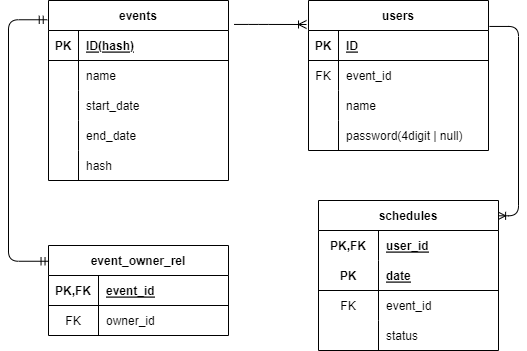
This is DB_ER_diagram.drawio.png from kuu13580/schedule-checker, a draw.io export, as it was before one commit. Source tidied: cells renumbered, new cells last; positions are measured from the earlier drawing's top-left corner, leaving out a move shared by most shapes. The source it was exported from:
```xml
<mxGraphModel>
  <root>
    <mxCell id="0" />
    <mxCell id="1" parent="0" />
    <mxCell id="2" value="events" style="shape=table;startSize=30;rowLines=0;fontStyle=1;align=center;" parent="1" vertex="1">
      <mxGeometry x="40" width="180" height="180" as="geometry" />
    </mxCell>
    <mxCell id="3" style="shape=tableRow;horizontal=0;startSize=0;swimlaneHead=0;swimlaneBody=0;fillColor=none;top=0;left=0;right=0;bottom=1;" parent="2" vertex="1">
      <mxGeometry y="30" width="180" height="30" as="geometry" />
    </mxCell>
    <mxCell id="4" value="PK" style="shape=partialRectangle;fillColor=none;top=0;left=0;bottom=0;right=0;fontStyle=1;overflow=hidden;" parent="3" vertex="1">
      <mxGeometry width="30" height="30" as="geometry" />
    </mxCell>
    <mxCell id="5" value="ID(hash)" style="shape=partialRectangle;fillColor=none;top=0;left=0;bottom=0;right=0;align=left;spacingLeft=6;fontStyle=5;overflow=hidden;" parent="3" vertex="1">
      <mxGeometry x="30" width="150" height="30" as="geometry" />
    </mxCell>
    <mxCell id="6" style="shape=tableRow;horizontal=0;startSize=0;swimlaneHead=0;swimlaneBody=0;fillColor=none;top=0;left=0;right=0;bottom=0;" parent="2" vertex="1">
      <mxGeometry y="60" width="180" height="30" as="geometry" />
    </mxCell>
    <mxCell id="7" style="shape=partialRectangle;fillColor=none;top=0;left=0;bottom=0;right=0;overflow=hidden;" parent="6" vertex="1">
      <mxGeometry width="30" height="30" as="geometry" />
    </mxCell>
    <mxCell id="8" value="name" style="shape=partialRectangle;fillColor=none;top=0;left=0;bottom=0;right=0;align=left;spacingLeft=6;overflow=hidden;" parent="6" vertex="1">
      <mxGeometry x="30" width="150" height="30" as="geometry" />
    </mxCell>
    <mxCell id="9" style="shape=tableRow;horizontal=0;startSize=0;swimlaneHead=0;swimlaneBody=0;fillColor=none;top=0;left=0;right=0;bottom=0;" parent="2" vertex="1">
      <mxGeometry y="90" width="180" height="30" as="geometry" />
    </mxCell>
    <mxCell id="10" style="shape=partialRectangle;fillColor=none;top=0;left=0;bottom=0;right=0;overflow=hidden;" parent="9" vertex="1">
      <mxGeometry width="30" height="30" as="geometry" />
    </mxCell>
    <mxCell id="11" value="start_date" style="shape=partialRectangle;fillColor=none;top=0;left=0;bottom=0;right=0;align=left;spacingLeft=6;overflow=hidden;" parent="9" vertex="1">
      <mxGeometry x="30" width="150" height="30" as="geometry" />
    </mxCell>
    <mxCell id="12" style="shape=tableRow;horizontal=0;startSize=0;swimlaneHead=0;swimlaneBody=0;fillColor=none;top=0;left=0;right=0;bottom=0;" parent="2" vertex="1">
      <mxGeometry y="120" width="180" height="30" as="geometry" />
    </mxCell>
    <mxCell id="13" style="shape=partialRectangle;fillColor=none;top=0;left=0;bottom=0;right=0;overflow=hidden;" parent="12" vertex="1">
      <mxGeometry width="30" height="30" as="geometry" />
    </mxCell>
    <mxCell id="14" value="end_date" style="shape=partialRectangle;fillColor=none;top=0;left=0;bottom=0;right=0;align=left;spacingLeft=6;overflow=hidden;" parent="12" vertex="1">
      <mxGeometry x="30" width="150" height="30" as="geometry" />
    </mxCell>
    <mxCell id="15" style="shape=tableRow;horizontal=0;startSize=0;swimlaneHead=0;swimlaneBody=0;fillColor=none;top=0;left=0;right=0;bottom=0;" parent="2" vertex="1">
      <mxGeometry y="150" width="180" height="30" as="geometry" />
    </mxCell>
    <mxCell id="16" style="shape=partialRectangle;fillColor=none;top=0;left=0;bottom=0;right=0;overflow=hidden;" parent="15" vertex="1">
      <mxGeometry width="30" height="30" as="geometry" />
    </mxCell>
    <mxCell id="17" value="hash" style="shape=partialRectangle;fillColor=none;top=0;left=0;bottom=0;right=0;align=left;spacingLeft=6;overflow=hidden;" parent="15" vertex="1">
      <mxGeometry x="30" width="150" height="30" as="geometry" />
    </mxCell>
    <mxCell id="18" style="edgeStyle=elbowEdgeStyle;fontSize=12;html=1;endArrow=ERoneToMany;exitX=1.031;exitY=0.133;exitDx=0;exitDy=0;entryX=-0.011;entryY=0.16;entryDx=0;entryDy=0;exitPerimeter=0;entryPerimeter=0;" parent="1" edge="1" source="2" target="19">
      <mxGeometry relative="1" as="geometry">
        <Array as="points">
          <mxPoint x="250" y="30" />
        </Array>
      </mxGeometry>
    </mxCell>
    <mxCell id="19" value="users" style="shape=table;startSize=30;rowLines=0;fontStyle=1;align=center;" parent="1" vertex="1">
      <mxGeometry x="300" width="180" height="150" as="geometry" />
    </mxCell>
    <mxCell id="20" style="shape=tableRow;horizontal=0;startSize=0;swimlaneHead=0;swimlaneBody=0;fillColor=none;top=0;left=0;right=0;bottom=1;" parent="19" vertex="1">
      <mxGeometry y="30" width="180" height="30" as="geometry" />
    </mxCell>
    <mxCell id="21" value="PK" style="shape=partialRectangle;fillColor=none;top=0;left=0;bottom=0;right=0;fontStyle=1;overflow=hidden;" parent="20" vertex="1">
      <mxGeometry width="30" height="30" as="geometry" />
    </mxCell>
    <mxCell id="22" value="ID" style="shape=partialRectangle;fillColor=none;top=0;left=0;bottom=0;right=0;align=left;spacingLeft=6;fontStyle=5;overflow=hidden;" parent="20" vertex="1">
      <mxGeometry x="30" width="150" height="30" as="geometry" />
    </mxCell>
    <mxCell id="23" style="shape=tableRow;horizontal=0;startSize=0;swimlaneHead=0;swimlaneBody=0;fillColor=none;top=0;left=0;right=0;bottom=0;" parent="19" vertex="1">
      <mxGeometry y="60" width="180" height="30" as="geometry" />
    </mxCell>
    <mxCell id="24" value="FK" style="shape=partialRectangle;fillColor=none;top=0;left=0;bottom=0;right=0;overflow=hidden;" parent="23" vertex="1">
      <mxGeometry width="30" height="30" as="geometry" />
    </mxCell>
    <mxCell id="25" value="event_id" style="shape=partialRectangle;fillColor=none;top=0;left=0;bottom=0;right=0;align=left;spacingLeft=6;overflow=hidden;" parent="23" vertex="1">
      <mxGeometry x="30" width="150" height="30" as="geometry" />
    </mxCell>
    <mxCell id="26" style="shape=tableRow;horizontal=0;startSize=0;swimlaneHead=0;swimlaneBody=0;fillColor=none;top=0;left=0;right=0;bottom=0;" parent="19" vertex="1">
      <mxGeometry y="90" width="180" height="30" as="geometry" />
    </mxCell>
    <mxCell id="27" style="shape=partialRectangle;fillColor=none;top=0;left=0;bottom=0;right=0;overflow=hidden;" parent="26" vertex="1">
      <mxGeometry width="30" height="30" as="geometry" />
    </mxCell>
    <mxCell id="28" value="name" style="shape=partialRectangle;fillColor=none;top=0;left=0;bottom=0;right=0;align=left;spacingLeft=6;overflow=hidden;" parent="26" vertex="1">
      <mxGeometry x="30" width="150" height="30" as="geometry" />
    </mxCell>
    <mxCell id="29" style="shape=tableRow;horizontal=0;startSize=0;swimlaneHead=0;swimlaneBody=0;fillColor=none;top=0;left=0;right=0;bottom=0;" parent="19" vertex="1">
      <mxGeometry y="120" width="180" height="30" as="geometry" />
    </mxCell>
    <mxCell id="30" style="shape=partialRectangle;fillColor=none;top=0;left=0;bottom=0;right=0;overflow=hidden;" parent="29" vertex="1">
      <mxGeometry width="30" height="30" as="geometry" />
    </mxCell>
    <mxCell id="31" value="password(4digit | null)" style="shape=partialRectangle;fillColor=none;top=0;left=0;bottom=0;right=0;align=left;spacingLeft=6;overflow=hidden;" parent="29" vertex="1">
      <mxGeometry x="30" width="150" height="30" as="geometry" />
    </mxCell>
    <mxCell id="32" style="edgeStyle=elbowEdgeStyle;fontSize=12;html=1;endArrow=ERoneToMany;entryX=0.995;entryY=0.102;entryDx=0;entryDy=0;entryPerimeter=0;jumpStyle=none;exitX=1.005;exitY=0.173;exitDx=0;exitDy=0;exitPerimeter=0;elbow=vertical;" parent="1" edge="1" source="19" target="33">
      <mxGeometry relative="1" as="geometry">
        <Array as="points">
          <mxPoint x="510" y="140" />
          <mxPoint x="430" y="200" />
        </Array>
      </mxGeometry>
    </mxCell>
    <mxCell id="33" value="schedules" style="shape=table;startSize=30;rowLines=0;fontStyle=1;align=center;" parent="1" vertex="1">
      <mxGeometry x="310" y="200" width="180" height="150" as="geometry" />
    </mxCell>
    <mxCell id="34" style="shape=tableRow;horizontal=0;startSize=0;swimlaneHead=0;swimlaneBody=0;fillColor=none;top=0;left=0;right=0;bottom=0;" parent="33" vertex="1">
      <mxGeometry y="30" width="180" height="30" as="geometry" />
    </mxCell>
    <mxCell id="35" value="PK,FK" style="shape=partialRectangle;fillColor=none;top=0;left=0;bottom=0;right=0;fontStyle=1;overflow=hidden;" parent="34" vertex="1">
      <mxGeometry width="60" height="30" as="geometry" />
    </mxCell>
    <mxCell id="36" value="user_id" style="shape=partialRectangle;fillColor=none;top=0;left=0;bottom=0;right=0;align=left;spacingLeft=6;fontStyle=5;overflow=hidden;" parent="34" vertex="1">
      <mxGeometry x="60" width="120" height="30" as="geometry" />
    </mxCell>
    <mxCell id="37" style="shape=tableRow;horizontal=0;startSize=0;swimlaneHead=0;swimlaneBody=0;fillColor=none;top=0;left=0;right=0;bottom=1;" parent="33" vertex="1">
      <mxGeometry y="60" width="180" height="30" as="geometry" />
    </mxCell>
    <mxCell id="38" value="PK" style="shape=partialRectangle;fillColor=none;top=0;left=0;bottom=0;right=0;fontStyle=1;overflow=hidden;" parent="37" vertex="1">
      <mxGeometry width="60" height="30" as="geometry" />
    </mxCell>
    <mxCell id="39" value="date" style="shape=partialRectangle;fillColor=none;top=0;left=0;bottom=0;right=0;align=left;spacingLeft=6;fontStyle=5;overflow=hidden;" parent="37" vertex="1">
      <mxGeometry x="60" width="120" height="30" as="geometry" />
    </mxCell>
    <mxCell id="40" style="shape=tableRow;horizontal=0;startSize=0;swimlaneHead=0;swimlaneBody=0;fillColor=none;top=0;left=0;right=0;bottom=0;" parent="33" vertex="1">
      <mxGeometry y="90" width="180" height="30" as="geometry" />
    </mxCell>
    <mxCell id="41" value="FK" style="shape=partialRectangle;fillColor=none;top=0;left=0;bottom=0;right=0;overflow=hidden;" parent="40" vertex="1">
      <mxGeometry width="60" height="30" as="geometry" />
    </mxCell>
    <mxCell id="42" value="event_id" style="shape=partialRectangle;fillColor=none;top=0;left=0;bottom=0;right=0;align=left;spacingLeft=6;overflow=hidden;" parent="40" vertex="1">
      <mxGeometry x="60" width="120" height="30" as="geometry" />
    </mxCell>
    <mxCell id="43" style="shape=tableRow;horizontal=0;startSize=0;swimlaneHead=0;swimlaneBody=0;fillColor=none;top=0;left=0;right=0;bottom=0;" parent="33" vertex="1">
      <mxGeometry y="120" width="180" height="30" as="geometry" />
    </mxCell>
    <mxCell id="44" style="shape=partialRectangle;fillColor=none;top=0;left=0;bottom=0;right=0;overflow=hidden;" parent="43" vertex="1">
      <mxGeometry width="60" height="30" as="geometry" />
    </mxCell>
    <mxCell id="45" value="status" style="shape=partialRectangle;fillColor=none;top=0;left=0;bottom=0;right=0;align=left;spacingLeft=6;overflow=hidden;" parent="43" vertex="1">
      <mxGeometry x="60" width="120" height="30" as="geometry" />
    </mxCell>
    <mxCell id="46" value="event_owner_rel" style="shape=table;startSize=30;rowLines=0;fontStyle=1;align=center;" parent="1" vertex="1">
      <mxGeometry x="40" y="245" width="180" height="90" as="geometry" />
    </mxCell>
    <mxCell id="47" style="shape=tableRow;horizontal=0;startSize=0;swimlaneHead=0;swimlaneBody=0;fillColor=none;top=0;left=0;right=0;bottom=1;" parent="46" vertex="1">
      <mxGeometry y="30" width="180" height="30" as="geometry" />
    </mxCell>
    <mxCell id="48" value="PK,FK" style="shape=partialRectangle;fillColor=none;top=0;left=0;bottom=0;right=0;fontStyle=1;overflow=hidden;" parent="47" vertex="1">
      <mxGeometry width="50" height="30" as="geometry" />
    </mxCell>
    <mxCell id="49" value="event_id" style="shape=partialRectangle;fillColor=none;top=0;left=0;bottom=0;right=0;align=left;spacingLeft=6;fontStyle=5;overflow=hidden;" parent="47" vertex="1">
      <mxGeometry x="50" width="130" height="30" as="geometry" />
    </mxCell>
    <mxCell id="50" style="shape=tableRow;horizontal=0;startSize=0;swimlaneHead=0;swimlaneBody=0;fillColor=none;top=0;left=0;right=0;bottom=0;" parent="46" vertex="1">
      <mxGeometry y="60" width="180" height="30" as="geometry" />
    </mxCell>
    <mxCell id="51" value="FK" style="shape=partialRectangle;fillColor=none;top=0;left=0;bottom=0;right=0;overflow=hidden;" parent="50" vertex="1">
      <mxGeometry width="50" height="30" as="geometry" />
    </mxCell>
    <mxCell id="52" value="owner_id" style="shape=partialRectangle;fillColor=none;top=0;left=0;bottom=0;right=0;align=left;spacingLeft=6;overflow=hidden;" parent="50" vertex="1">
      <mxGeometry x="50" width="130" height="30" as="geometry" />
    </mxCell>
    <mxCell id="53" style="edgeStyle=elbowEdgeStyle;fontSize=12;html=1;endArrow=ERmandOne;startArrow=ERmandOne;jumpStyle=none;exitX=0.003;exitY=0.175;exitDx=0;exitDy=0;elbow=vertical;entryX=-0.007;entryY=0.107;entryDx=0;entryDy=0;exitPerimeter=0;entryPerimeter=0;" parent="1" edge="1" source="46" target="2">
      <mxGeometry relative="1" as="geometry">
        <Array as="points">
          <mxPoint y="10" />
          <mxPoint y="170" />
          <mxPoint x="127" y="200" />
        </Array>
      </mxGeometry>
    </mxCell>
  </root>
</mxGraphModel>
```
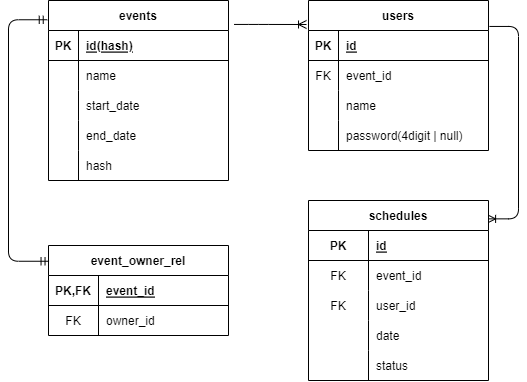
The same file after the commit.

Change to the diagram source:
```diff
@@ -11,7 +11,7 @@
     <mxCell id="4" value="PK" style="shape=partialRectangle;fillColor=none;top=0;left=0;bottom=0;right=0;fontStyle=1;overflow=hidden;" parent="3" vertex="1">
       <mxGeometry width="30" height="30" as="geometry" />
     </mxCell>
-    <mxCell id="5" value="ID(hash)" style="shape=partialRectangle;fillColor=none;top=0;left=0;bottom=0;right=0;align=left;spacingLeft=6;fontStyle=5;overflow=hidden;" parent="3" vertex="1">
+    <mxCell id="5" value="id(hash)" style="shape=partialRectangle;fillColor=none;top=0;left=0;bottom=0;right=0;align=left;spacingLeft=6;fontStyle=5;overflow=hidden;" parent="3" vertex="1">
       <mxGeometry x="30" width="150" height="30" as="geometry" />
     </mxCell>
     <mxCell id="6" style="shape=tableRow;horizontal=0;startSize=0;swimlaneHead=0;swimlaneBody=0;fillColor=none;top=0;left=0;right=0;bottom=0;" parent="2" vertex="1">
@@ -66,7 +66,7 @@
     <mxCell id="21" value="PK" style="shape=partialRectangle;fillColor=none;top=0;left=0;bottom=0;right=0;fontStyle=1;overflow=hidden;" parent="20" vertex="1">
       <mxGeometry width="30" height="30" as="geometry" />
     </mxCell>
-    <mxCell id="22" value="ID" style="shape=partialRectangle;fillColor=none;top=0;left=0;bottom=0;right=0;align=left;spacingLeft=6;fontStyle=5;overflow=hidden;" parent="20" vertex="1">
+    <mxCell id="22" value="id" style="shape=partialRectangle;fillColor=none;top=0;left=0;bottom=0;right=0;align=left;spacingLeft=6;fontStyle=5;overflow=hidden;" parent="20" vertex="1">
       <mxGeometry x="30" width="150" height="30" as="geometry" />
     </mxCell>
     <mxCell id="23" style="shape=tableRow;horizontal=0;startSize=0;swimlaneHead=0;swimlaneBody=0;fillColor=none;top=0;left=0;right=0;bottom=0;" parent="19" vertex="1">
@@ -105,28 +105,19 @@
       </mxGeometry>
     </mxCell>
     <mxCell id="33" value="schedules" style="shape=table;startSize=30;rowLines=0;fontStyle=1;align=center;" parent="1" vertex="1">
-      <mxGeometry x="310" y="200" width="180" height="150" as="geometry" />
+      <mxGeometry x="300" y="200" width="180" height="180" as="geometry" />
     </mxCell>
-    <mxCell id="34" style="shape=tableRow;horizontal=0;startSize=0;swimlaneHead=0;swimlaneBody=0;fillColor=none;top=0;left=0;right=0;bottom=0;" parent="33" vertex="1">
-      <mxGeometry y="30" width="180" height="30" as="geometry" />
-    </mxCell>
-    <mxCell id="35" value="PK,FK" style="shape=partialRectangle;fillColor=none;top=0;left=0;bottom=0;right=0;fontStyle=1;overflow=hidden;" parent="34" vertex="1">
-      <mxGeometry width="60" height="30" as="geometry" />
-    </mxCell>
-    <mxCell id="36" value="user_id" style="shape=partialRectangle;fillColor=none;top=0;left=0;bottom=0;right=0;align=left;spacingLeft=6;fontStyle=5;overflow=hidden;" parent="34" vertex="1">
-      <mxGeometry x="60" width="120" height="30" as="geometry" />
-    </mxCell>
     <mxCell id="37" style="shape=tableRow;horizontal=0;startSize=0;swimlaneHead=0;swimlaneBody=0;fillColor=none;top=0;left=0;right=0;bottom=1;" parent="33" vertex="1">
-      <mxGeometry y="60" width="180" height="30" as="geometry" />
+      <mxGeometry y="30" width="180" height="30" as="geometry" />
     </mxCell>
     <mxCell id="38" value="PK" style="shape=partialRectangle;fillColor=none;top=0;left=0;bottom=0;right=0;fontStyle=1;overflow=hidden;" parent="37" vertex="1">
       <mxGeometry width="60" height="30" as="geometry" />
     </mxCell>
-    <mxCell id="39" value="date" style="shape=partialRectangle;fillColor=none;top=0;left=0;bottom=0;right=0;align=left;spacingLeft=6;fontStyle=5;overflow=hidden;" parent="37" vertex="1">
+    <mxCell id="39" value="id" style="shape=partialRectangle;fillColor=none;top=0;left=0;bottom=0;right=0;align=left;spacingLeft=6;fontStyle=5;overflow=hidden;" parent="37" vertex="1">
       <mxGeometry x="60" width="120" height="30" as="geometry" />
     </mxCell>
     <mxCell id="40" style="shape=tableRow;horizontal=0;startSize=0;swimlaneHead=0;swimlaneBody=0;fillColor=none;top=0;left=0;right=0;bottom=0;" parent="33" vertex="1">
-      <mxGeometry y="90" width="180" height="30" as="geometry" />
+      <mxGeometry y="60" width="180" height="30" as="geometry" />
     </mxCell>
     <mxCell id="41" value="FK" style="shape=partialRectangle;fillColor=none;top=0;left=0;bottom=0;right=0;overflow=hidden;" parent="40" vertex="1">
       <mxGeometry width="60" height="30" as="geometry" />
@@ -135,14 +126,32 @@
       <mxGeometry x="60" width="120" height="30" as="geometry" />
     </mxCell>
     <mxCell id="43" style="shape=tableRow;horizontal=0;startSize=0;swimlaneHead=0;swimlaneBody=0;fillColor=none;top=0;left=0;right=0;bottom=0;" parent="33" vertex="1">
-      <mxGeometry y="120" width="180" height="30" as="geometry" />
+      <mxGeometry y="90" width="180" height="30" as="geometry" />
     </mxCell>
-    <mxCell id="44" style="shape=partialRectangle;fillColor=none;top=0;left=0;bottom=0;right=0;overflow=hidden;" parent="43" vertex="1">
+    <mxCell id="44" value="FK" style="shape=partialRectangle;fillColor=none;top=0;left=0;bottom=0;right=0;overflow=hidden;" parent="43" vertex="1">
       <mxGeometry width="60" height="30" as="geometry" />
     </mxCell>
-    <mxCell id="45" value="status" style="shape=partialRectangle;fillColor=none;top=0;left=0;bottom=0;right=0;align=left;spacingLeft=6;overflow=hidden;" parent="43" vertex="1">
+    <mxCell id="45" value="user_id" style="shape=partialRectangle;fillColor=none;top=0;left=0;bottom=0;right=0;align=left;spacingLeft=6;overflow=hidden;" parent="43" vertex="1">
       <mxGeometry x="60" width="120" height="30" as="geometry" />
     </mxCell>
+    <mxCell id="54" style="shape=tableRow;horizontal=0;startSize=0;swimlaneHead=0;swimlaneBody=0;fillColor=none;top=0;left=0;right=0;bottom=0;" parent="33" vertex="1">
+      <mxGeometry y="120" width="180" height="30" as="geometry" />
+    </mxCell>
+    <mxCell id="55" style="shape=partialRectangle;fillColor=none;top=0;left=0;bottom=0;right=0;overflow=hidden;" parent="54" vertex="1">
+      <mxGeometry width="60" height="30" as="geometry" />
+    </mxCell>
+    <mxCell id="56" value="date" style="shape=partialRectangle;fillColor=none;top=0;left=0;bottom=0;right=0;align=left;spacingLeft=6;overflow=hidden;" parent="54" vertex="1">
+      <mxGeometry x="60" width="120" height="30" as="geometry" />
+    </mxCell>
+    <mxCell id="57" style="shape=tableRow;horizontal=0;startSize=0;swimlaneHead=0;swimlaneBody=0;fillColor=none;top=0;left=0;right=0;bottom=0;" parent="33" vertex="1">
+      <mxGeometry y="150" width="180" height="30" as="geometry" />
+    </mxCell>
+    <mxCell id="58" style="shape=partialRectangle;fillColor=none;top=0;left=0;bottom=0;right=0;overflow=hidden;" parent="57" vertex="1">
+      <mxGeometry width="60" height="30" as="geometry" />
+    </mxCell>
+    <mxCell id="59" value="status" style="shape=partialRectangle;fillColor=none;top=0;left=0;bottom=0;right=0;align=left;spacingLeft=6;overflow=hidden;" parent="57" vertex="1">
+      <mxGeometry x="60" width="120" height="30" as="geometry" />
+    </mxCell>
     <mxCell id="46" value="event_owner_rel" style="shape=table;startSize=30;rowLines=0;fontStyle=1;align=center;" parent="1" vertex="1">
       <mxGeometry x="40" y="245" width="180" height="90" as="geometry" />
     </mxCell>
```
